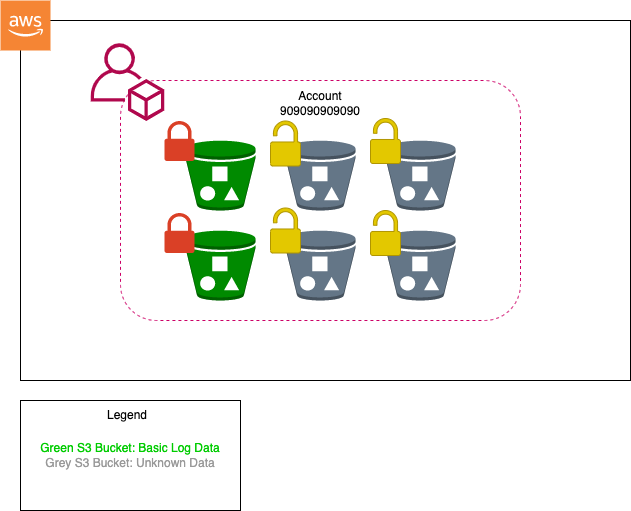
damienjburks/DataCop keeps this draw.io diagram as documentation/images/example_architecture_diagram.drawio.png. Above is the earlier version. Source tidied: cells renumbered, new cells last; positions are measured from the earlier drawing's top-left corner, leaving out a move shared by most shapes.
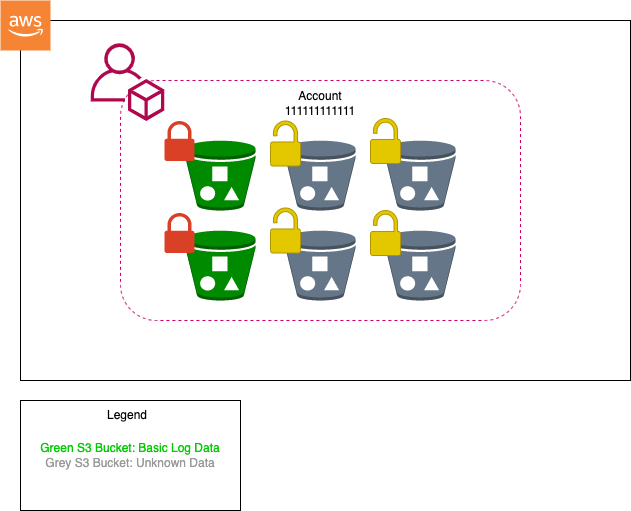
After the commit.

Commit message:
uploading changes to devopsdays-branch for architecture diagrams

The edit, as a diff of the source:
```diff
@@ -29,7 +29,7 @@
     <mxCell id="10" style="dashed=0;verticalLabelPosition=bottom;verticalAlign=top;align=center;html=1;shape=mxgraph.aws3.bucket_with_objects;fillColor=#647687;strokeColor=#314354;fontColor=#ffffff;" parent="1" vertex="1">
       <mxGeometry x="385" y="230" width="70" height="70" as="geometry" />
     </mxCell>
-    <mxCell id="11" value="&lt;font color=&quot;#000000&quot;&gt;Account 909090909090&lt;/font&gt;" style="text;html=1;strokeColor=none;fillColor=none;align=center;verticalAlign=middle;whiteSpace=wrap;rounded=0;dashed=1;" parent="1" vertex="1">
+    <mxCell id="11" value="&lt;span style=&quot;color: rgb(0 , 0 , 0)&quot;&gt;Account 111111111111&lt;/span&gt;" style="text;html=1;strokeColor=none;fillColor=none;align=center;verticalAlign=middle;whiteSpace=wrap;rounded=0;dashed=1;" parent="1" vertex="1">
       <mxGeometry x="290" y="88" width="60" height="30" as="geometry" />
     </mxCell>
     <mxCell id="12" style="sketch=0;shadow=0;dashed=0;html=1;strokeColor=#B09500;labelPosition=center;verticalLabelPosition=bottom;verticalAlign=top;align=center;shape=mxgraph.office.security.lock_unprotected;fillColor=#e3c800;fontColor=#000000;" parent="1" vertex="1">
```
